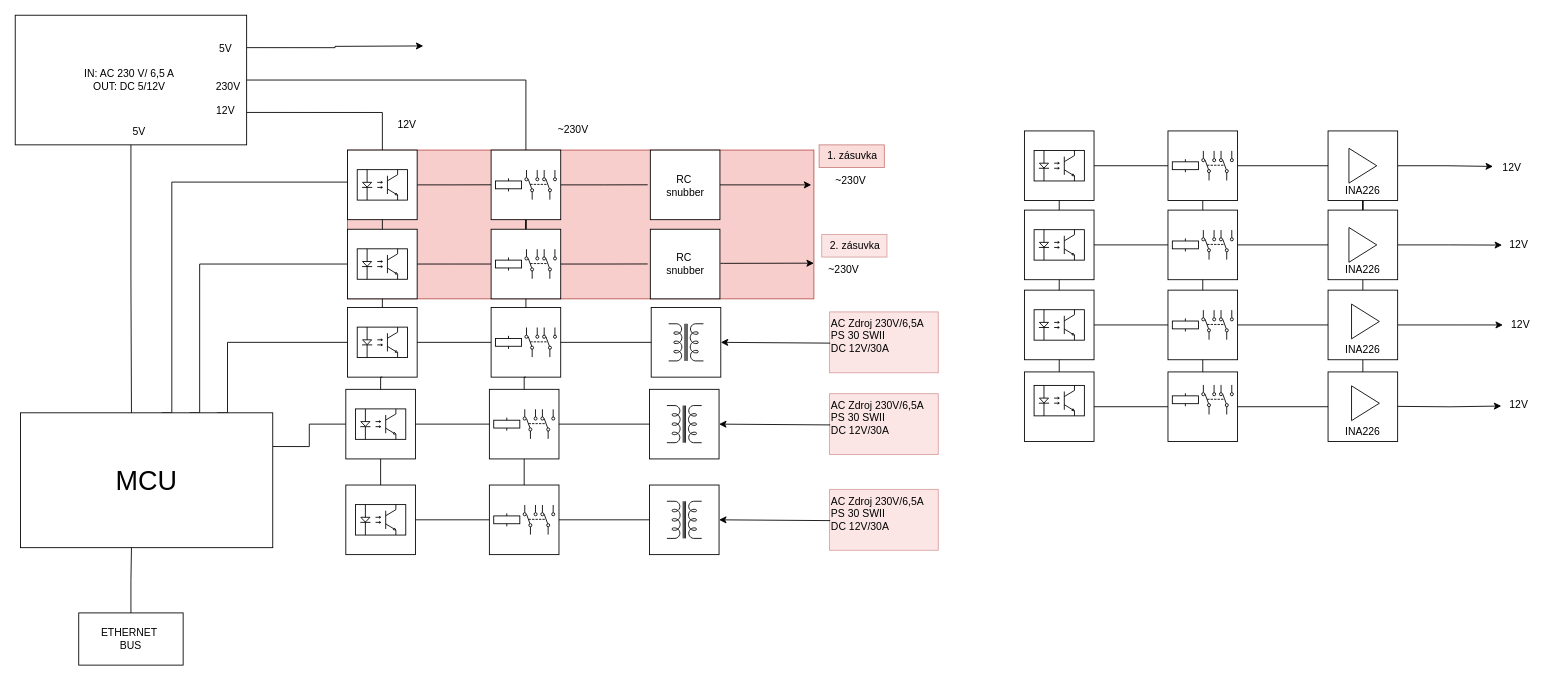
AdminTextilka/Bakalarka keeps this draw.io diagram as blokove_schema.drawio. Above is the earlier version. Source tidied: cells renumbered, new cells numbered last; positions are measured from the earlier drawing's top-left corner, leaving out a move shared by most shapes. Both pictures are drawn from the tidied source at 87%, with x=0, y=0 at pixel (15, 15).
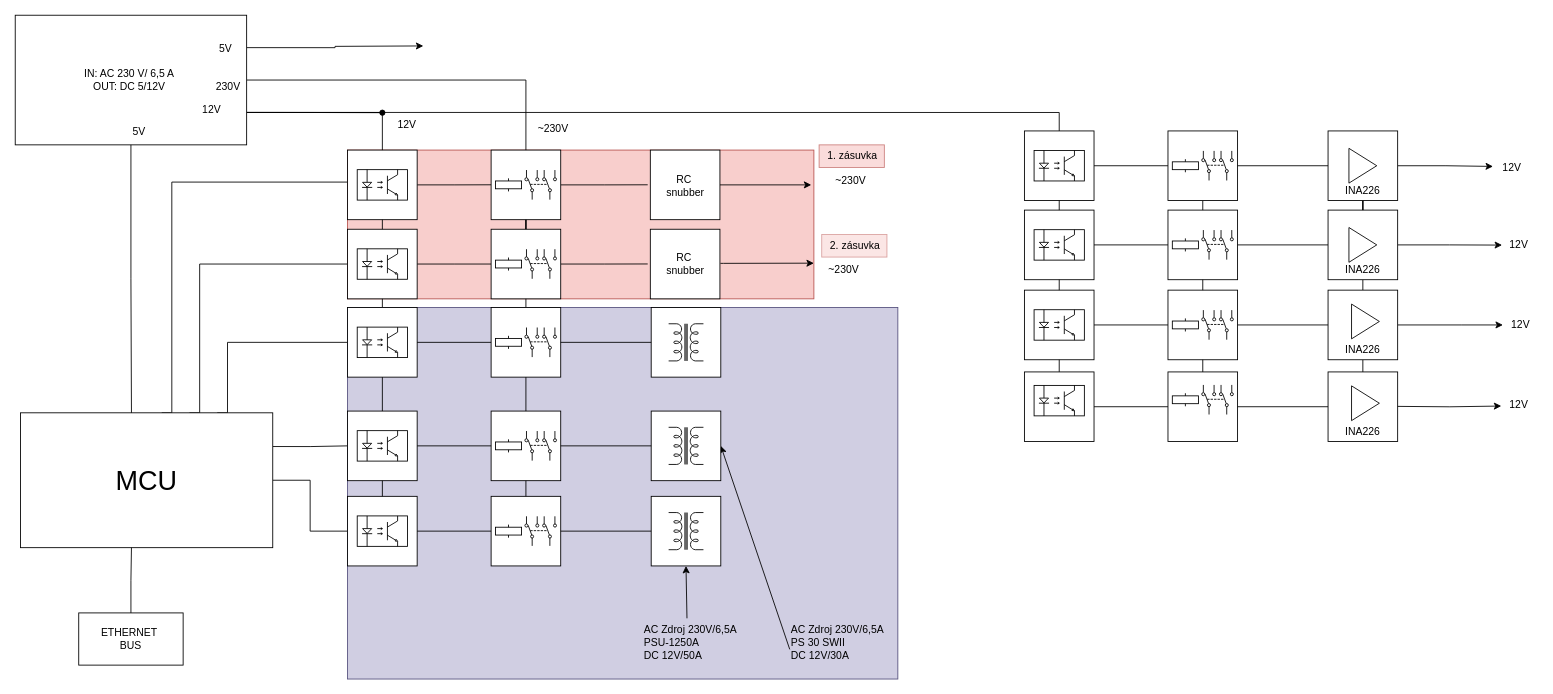
After the change.

The change refers to these unchanged cells:
```xml
<mxCell id="18" value="&lt;font style=&quot;font-size: 31px;&quot;&gt;MCU&lt;/font&gt;" style="rounded=0;whiteSpace=wrap;html=1;points=[[0,0,0,0,0],[0,0.25,0,0,0],[0,0.5,0,0,0],[0,0.75,0,0,0],[0,1,0,0,0],[0.11,0,0,0,0],[0.11,1,0,0,0],[0.22,0,0,0,0],[0.22,1,0,0,0],[0.33,0,0,0,0],[0.33,1,0,0,0],[0.44,0,0,0,0],[0.44,1,0,0,0],[0.56,0,0,0,0],[0.56,1,0,0,0],[0.67,0,0,0,0],[0.67,1,0,0,0],[0.78,0,0,0,0],[0.78,1,0,0,0],[0.89,0,0,0,0],[0.89,1,0,0,0],[1,0,0,0,0],[1,0.25,0,0,0],[1,0.5,0,0,0],[1,0.75,0,0,0],[1,1,0,0,0]];" parent="1" vertex="1">
  <mxGeometry x="6" y="457" width="290" height="155" as="geometry" />
</mxCell>
<mxCell id="34" style="whiteSpace=wrap;html=1;" parent="33" vertex="1">
  <mxGeometry width="80" height="80" as="geometry" />
</mxCell>
<mxCell id="123" value="IN: AC 230 V/ 6,5 A&amp;nbsp;&lt;br&gt;OUT: DC 5/12V&amp;nbsp;" style="rounded=0;whiteSpace=wrap;html=1;" parent="1" vertex="1">
  <mxGeometry width="266" height="149" as="geometry" />
</mxCell>
<mxCell id="132" style="whiteSpace=wrap;html=1;" parent="131" vertex="1">
  <mxGeometry width="80" height="80" as="geometry" />
</mxCell>
<mxCell id="135" style="whiteSpace=wrap;html=1;" parent="134" vertex="1">
  <mxGeometry width="80" height="80" as="geometry" />
</mxCell>
<mxCell id="138" style="whiteSpace=wrap;html=1;" parent="137" vertex="1">
  <mxGeometry width="80" height="80" as="geometry" />
</mxCell>
<mxCell id="148" style="whiteSpace=wrap;html=1;" parent="147" vertex="1">
  <mxGeometry width="80" height="80" as="geometry" />
</mxCell>
<mxCell id="151" style="whiteSpace=wrap;html=1;" parent="150" vertex="1">
  <mxGeometry width="80" height="80" as="geometry" />
</mxCell>
<mxCell id="154" style="whiteSpace=wrap;html=1;" parent="153" vertex="1">
  <mxGeometry width="80" height="80" as="geometry" />
</mxCell>
```

Change to the diagram source:
```diff
@@
     <mxCell id="2" value="~230V" style="text;html=1;align=center;verticalAlign=middle;strokeColor=none;fillColor=none;" parent="1" vertex="1">
-      <mxGeometry x="613" y="117" width="55" height="30" as="geometry" />
+      <mxGeometry x="590" y="116" width="55" height="30" as="geometry" />
     </mxCell>
@@
-    <mxCell id="8" value="AC Zdroj 230V/6,5A&lt;br&gt;PS 30 SWII&lt;br&gt;DC 12V&lt;span style=&quot;background-color: initial;&quot;&gt;/30A&lt;/span&gt;&lt;div&gt;&lt;div&gt;&lt;br&gt;&lt;/div&gt;&lt;/div&gt;" style="text;html=1;align=left;verticalAlign=middle;points=[];strokeColor=#b85450;fillColor=#f8cecc;opacity=50;" parent="1" vertex="1">
-      <mxGeometry x="936" y="341" width="125" height="70" as="geometry" />
-    </mxCell>
-    <mxCell id="9" style="endArrow=classic;html=1;rounded=0;exitX=0.006;exitY=0.513;exitDx=0;exitDy=0;exitPerimeter=0;entryX=1;entryY=0.5;entryDx=0;entryDy=0;" parent="1" edge="1" source="8" target="22">
-      <mxGeometry relative="1" as="geometry" />
-    </mxCell>
@@
+    <mxCell id="161" style="edgeStyle=orthogonalEdgeStyle;rounded=0;jettySize=auto;html=1;exitX=1;exitY=0.5;exitDx=0;exitDy=0;exitPerimeter=0;entryX=0;entryY=0.5;entryDx=0;entryDy=0;endArrow=none;endFill=0;" parent="1" edge="1" source="18" target="151">
+      <mxGeometry relative="1" as="geometry" />
+    </mxCell>
@@
-    <mxCell id="21" style="group;" parent="1" vertex="1">
-      <mxGeometry x="731" y="336" width="80" height="80" as="geometry" />
-    </mxCell>
-    <mxCell id="22" style="whiteSpace=wrap;html=1;" parent="21" vertex="1">
-      <mxGeometry width="80" height="80" as="geometry" />
-    </mxCell>
-    <mxCell id="23" style="verticalLabelPosition=bottom;shadow=0;dashed=0;align=center;html=1;verticalAlign=top;shape=mxgraph.electrical.inductors.transformer_2;rotation=-90;" parent="21" vertex="1">
-      <mxGeometry x="18.7" y="20" width="42.7" height="40" as="geometry" />
-    </mxCell>
-    <mxCell id="24" style="group;" parent="1" vertex="1">
-      <mxGeometry x="382" y="336" width="80" height="80" as="geometry" />
-    </mxCell>
-    <mxCell id="25" style="whiteSpace=wrap;html=1;" parent="24" vertex="1">
-      <mxGeometry width="80" height="80" as="geometry" />
-    </mxCell>
-    <mxCell id="26" style="verticalLabelPosition=bottom;shadow=0;dashed=0;align=center;html=1;verticalAlign=top;shape=mxgraph.electrical.opto_electronics.opto-coupler;" parent="24" vertex="1">
-      <mxGeometry x="11.1" y="22.5" width="57.8" height="35" as="geometry" />
-    </mxCell>
-    <mxCell id="27" style="group;" parent="1" vertex="1">
-      <mxGeometry x="547" y="336" width="80" height="80" as="geometry" />
-    </mxCell>
-    <mxCell id="28" style="whiteSpace=wrap;html=1;" parent="27" vertex="1">
-      <mxGeometry width="80" height="80" as="geometry" />
-    </mxCell>
-    <mxCell id="29" style="verticalLabelPosition=bottom;shadow=0;dashed=0;align=center;html=1;verticalAlign=top;shape=mxgraph.electrical.electro-mechanical.dpdt3;elSwitchState=1;rotation=-90;" parent="27" vertex="1">
-      <mxGeometry x="40" y="21.8" width="34" height="36.3" as="geometry" />
-    </mxCell>
-    <mxCell id="30" style="verticalLabelPosition=bottom;shadow=0;dashed=0;align=center;html=1;verticalAlign=top;shape=mxgraph.electrical.electro-mechanical.relay_coil;" parent="27" vertex="1">
-      <mxGeometry x="5" y="32.5" width="30" height="15" as="geometry" />
-    </mxCell>
-    <mxCell id="31" style="edgeStyle=orthogonalEdgeStyle;rounded=0;jettySize=auto;html=1;entryX=0;entryY=0.5;entryDx=0;entryDy=0;endArrow=none;endFill=0;" parent="1" edge="1" source="25" target="28">
-      <mxGeometry relative="1" as="geometry" />
-    </mxCell>
-    <mxCell id="32" style="edgeStyle=orthogonalEdgeStyle;rounded=0;jettySize=auto;html=1;entryX=0;entryY=0.5;entryDx=0;entryDy=0;endArrow=none;endFill=0;" parent="1" edge="1" source="28" target="22">
-      <mxGeometry relative="1" as="geometry" />
-    </mxCell>
@@
+    <mxCell id="162" style="edgeStyle=orthogonalEdgeStyle;rounded=0;jettySize=auto;html=1;exitX=1;exitY=0.75;exitDx=0;exitDy=0;entryX=0.5;entryY=0;entryDx=0;entryDy=0;endArrow=none;endFill=0;" parent="1" edge="1" source="123" target="34">
+      <mxGeometry relative="1" as="geometry" />
+    </mxCell>
+    <mxCell id="163" style="edgeStyle=orthogonalEdgeStyle;rounded=0;jettySize=auto;html=1;exitX=1;exitY=0.75;exitDx=0;exitDy=0;endArrow=oval;endFill=1;" parent="1" edge="1" source="123">
+      <mxGeometry relative="1" as="geometry">
+        <mxPoint x="422" y="112" as="targetPoint" />
+      </mxGeometry>
+    </mxCell>
@@
     <mxCell id="124" value="12V" style="text;html=1;align=center;verticalAlign=middle;whiteSpace=wrap;rounded=0;" parent="1" vertex="1">
-      <mxGeometry x="212" y="95" width="60" height="30" as="geometry" />
+      <mxGeometry x="196" y="94" width="60" height="30" as="geometry" />
     </mxCell>
@@
+    <mxCell id="164" style="group;fillColor=#d0cee2;strokeColor=#56517e;" parent="1" vertex="1">
+      <mxGeometry x="382" y="336" width="632.5" height="427" as="geometry" />
+    </mxCell>
+    <mxCell id="21" style="group;" parent="164" vertex="1">
+      <mxGeometry x="349" width="80" height="80" as="geometry" />
+    </mxCell>
+    <mxCell id="22" style="whiteSpace=wrap;html=1;" parent="21" vertex="1">
+      <mxGeometry width="80" height="80" as="geometry" />
+    </mxCell>
+    <mxCell id="23" style="verticalLabelPosition=bottom;shadow=0;dashed=0;align=center;html=1;verticalAlign=top;shape=mxgraph.electrical.inductors.transformer_2;rotation=-90;" parent="21" vertex="1">
+      <mxGeometry x="18.7" y="20" width="42.7" height="40" as="geometry" />
+    </mxCell>
+    <mxCell id="24" style="group;" parent="164" vertex="1">
+      <mxGeometry width="80" height="80" as="geometry" />
+    </mxCell>
+    <mxCell id="25" style="whiteSpace=wrap;html=1;" parent="24" vertex="1">
+      <mxGeometry width="80" height="80" as="geometry" />
+    </mxCell>
+    <mxCell id="26" style="verticalLabelPosition=bottom;shadow=0;dashed=0;align=center;html=1;verticalAlign=top;shape=mxgraph.electrical.opto_electronics.opto-coupler;" parent="24" vertex="1">
+      <mxGeometry x="11.1" y="22.5" width="57.8" height="35" as="geometry" />
+    </mxCell>
+    <mxCell id="27" style="group;" parent="164" vertex="1">
+      <mxGeometry x="165" width="80" height="80" as="geometry" />
+    </mxCell>
+    <mxCell id="28" style="whiteSpace=wrap;html=1;" parent="27" vertex="1">
+      <mxGeometry width="80" height="80" as="geometry" />
+    </mxCell>
+    <mxCell id="29" style="verticalLabelPosition=bottom;shadow=0;dashed=0;align=center;html=1;verticalAlign=top;shape=mxgraph.electrical.electro-mechanical.dpdt3;elSwitchState=1;rotation=-90;" parent="27" vertex="1">
+      <mxGeometry x="40" y="21.8" width="34" height="36.3" as="geometry" />
+    </mxCell>
+    <mxCell id="30" style="verticalLabelPosition=bottom;shadow=0;dashed=0;align=center;html=1;verticalAlign=top;shape=mxgraph.electrical.electro-mechanical.relay_coil;" parent="27" vertex="1">
+      <mxGeometry x="5" y="32.5" width="30" height="15" as="geometry" />
+    </mxCell>
+    <mxCell id="31" style="edgeStyle=orthogonalEdgeStyle;rounded=0;jettySize=auto;html=1;entryX=0;entryY=0.5;entryDx=0;entryDy=0;endArrow=none;endFill=0;" parent="164" edge="1" source="25" target="28">
+      <mxGeometry relative="1" as="geometry" />
+    </mxCell>
+    <mxCell id="32" style="edgeStyle=orthogonalEdgeStyle;rounded=0;jettySize=auto;html=1;entryX=0;entryY=0.5;entryDx=0;entryDy=0;endArrow=none;endFill=0;" parent="164" edge="1" source="28" target="22">
+      <mxGeometry relative="1" as="geometry" />
+    </mxCell>
-    <mxCell id="129" value="AC Zdroj 230V/6,5A&lt;br&gt;PS 30 SWII&lt;br&gt;DC 12V&lt;span style=&quot;background-color: initial;&quot;&gt;/30A&lt;/span&gt;&lt;div&gt;&lt;div&gt;&lt;br&gt;&lt;/div&gt;&lt;/div&gt;" style="text;html=1;align=left;verticalAlign=middle;points=[];strokeColor=#b85450;fillColor=#f8cecc;opacity=50;" parent="1" vertex="1">
-      <mxGeometry x="936" y="435" width="125" height="70" as="geometry" />
+    <mxCell id="129" value="AC Zdroj 230V/6,5A&lt;br&gt;PS 30 SWII&lt;br&gt;DC 12V&lt;span style=&quot;background-color: initial;&quot;&gt;/30A&lt;/span&gt;&lt;div&gt;&lt;div&gt;&lt;br&gt;&lt;/div&gt;&lt;/div&gt;" style="text;html=1;align=left;verticalAlign=middle;points=[];opacity=50;" parent="164" vertex="1">
+      <mxGeometry x="507.5" y="357" width="125" height="70" as="geometry" />
     </mxCell>
-    <mxCell id="130" style="endArrow=classic;html=1;rounded=0;exitX=0.006;exitY=0.513;exitDx=0;exitDy=0;exitPerimeter=0;entryX=1;entryY=0.5;entryDx=0;entryDy=0;" parent="1" edge="1" source="129" target="132">
+    <mxCell id="130" style="endArrow=classic;html=1;rounded=0;exitX=0.006;exitY=0.513;exitDx=0;exitDy=0;exitPerimeter=0;entryX=1;entryY=0.5;entryDx=0;entryDy=0;" parent="164" edge="1" source="129" target="132">
       <mxGeometry relative="1" as="geometry" />
     </mxCell>
-    <mxCell id="131" style="group;" parent="1" vertex="1">
-      <mxGeometry x="729" y="430" width="80" height="80" as="geometry" />
+    <mxCell id="131" style="group;" parent="164" vertex="1">
+      <mxGeometry x="349" y="119" width="80" height="80" as="geometry" />
     </mxCell>
@@
-    <mxCell id="134" style="group;" parent="1" vertex="1">
-      <mxGeometry x="380" y="430" width="80" height="80" as="geometry" />
+    <mxCell id="134" style="group;" parent="164" vertex="1">
+      <mxGeometry y="119" width="80" height="80" as="geometry" />
     </mxCell>
@@
-    <mxCell id="137" style="group;" parent="1" vertex="1">
-      <mxGeometry x="545" y="430" width="80" height="80" as="geometry" />
+    <mxCell id="137" style="group;" parent="164" vertex="1">
+      <mxGeometry x="165" y="119" width="80" height="80" as="geometry" />
     </mxCell>
@@
-    <mxCell id="141" style="edgeStyle=orthogonalEdgeStyle;rounded=0;jettySize=auto;html=1;entryX=0;entryY=0.5;entryDx=0;entryDy=0;endArrow=none;endFill=0;" parent="1" edge="1" source="135" target="138">
+    <mxCell id="141" style="edgeStyle=orthogonalEdgeStyle;rounded=0;jettySize=auto;html=1;entryX=0;entryY=0.5;entryDx=0;entryDy=0;endArrow=none;endFill=0;" parent="164" edge="1" source="135" target="138">
       <mxGeometry relative="1" as="geometry" />
     </mxCell>
-    <mxCell id="142" style="edgeStyle=orthogonalEdgeStyle;rounded=0;jettySize=auto;html=1;entryX=0;entryY=0.5;entryDx=0;entryDy=0;endArrow=none;endFill=0;" parent="1" edge="1" source="138" target="132">
+    <mxCell id="142" style="edgeStyle=orthogonalEdgeStyle;rounded=0;jettySize=auto;html=1;entryX=0;entryY=0.5;entryDx=0;entryDy=0;endArrow=none;endFill=0;" parent="164" edge="1" source="138" target="132">
       <mxGeometry relative="1" as="geometry" />
     </mxCell>
-    <mxCell id="143" style="edgeStyle=orthogonalEdgeStyle;rounded=0;jettySize=auto;html=1;exitX=0.5;exitY=1;exitDx=0;exitDy=0;entryX=0.5;entryY=0;entryDx=0;entryDy=0;endArrow=none;endFill=0;" parent="1" edge="1" source="25" target="135">
+    <mxCell id="143" style="edgeStyle=orthogonalEdgeStyle;rounded=0;jettySize=auto;html=1;exitX=0.5;exitY=1;exitDx=0;exitDy=0;entryX=0.5;entryY=0;entryDx=0;entryDy=0;endArrow=none;endFill=0;" parent="164" edge="1" source="25" target="135">
       <mxGeometry relative="1" as="geometry" />
     </mxCell>
-    <mxCell id="144" style="edgeStyle=orthogonalEdgeStyle;rounded=0;jettySize=auto;html=1;exitX=0.5;exitY=1;exitDx=0;exitDy=0;entryX=0.5;entryY=0;entryDx=0;entryDy=0;endArrow=none;endFill=0;" parent="1" edge="1" source="28" target="138">
+    <mxCell id="144" style="edgeStyle=orthogonalEdgeStyle;rounded=0;jettySize=auto;html=1;exitX=0.5;exitY=1;exitDx=0;exitDy=0;entryX=0.5;entryY=0;entryDx=0;entryDy=0;endArrow=none;endFill=0;" parent="164" edge="1" source="28" target="138">
       <mxGeometry relative="1" as="geometry" />
     </mxCell>
-    <mxCell id="145" value="AC Zdroj 230V/6,5A&lt;br&gt;PS 30 SWII&lt;br&gt;DC 12V&lt;span style=&quot;background-color: initial;&quot;&gt;/30A&lt;/span&gt;&lt;div&gt;&lt;div&gt;&lt;br&gt;&lt;/div&gt;&lt;/div&gt;" style="text;html=1;align=left;verticalAlign=middle;points=[];strokeColor=#b85450;fillColor=#f8cecc;opacity=50;" parent="1" vertex="1">
-      <mxGeometry x="936" y="545" width="125" height="70" as="geometry" />
+    <mxCell id="145" value="AC Zdroj 230V/6,5A&lt;br&gt;PSU-1250A&lt;br&gt;DC 12V&lt;span style=&quot;background-color: initial;&quot;&gt;/50A&lt;/span&gt;&lt;div&gt;&lt;div&gt;&lt;div&gt;&lt;br&gt;&lt;/div&gt;&lt;/div&gt;&lt;/div&gt;" style="text;html=1;align=left;verticalAlign=middle;points=[];opacity=50;" parent="164" vertex="1">
+      <mxGeometry x="339" y="357" width="125" height="70" as="geometry" />
     </mxCell>
-    <mxCell id="146" style="endArrow=classic;html=1;rounded=0;exitX=0.006;exitY=0.513;exitDx=0;exitDy=0;exitPerimeter=0;entryX=1;entryY=0.5;entryDx=0;entryDy=0;" parent="1" edge="1" source="145" target="148">
+    <mxCell id="146" style="endArrow=classic;html=1;rounded=0;exitX=0.409;exitY=0.003;exitDx=0;exitDy=0;exitPerimeter=0;entryX=0.5;entryY=1;entryDx=0;entryDy=0;" parent="164" edge="1" source="145" target="148">
       <mxGeometry relative="1" as="geometry" />
     </mxCell>
-    <mxCell id="147" style="group;" parent="1" vertex="1">
-      <mxGeometry x="729" y="540" width="80" height="80" as="geometry" />
+    <mxCell id="147" style="group;" parent="164" vertex="1">
+      <mxGeometry x="349" y="217" width="80" height="80" as="geometry" />
     </mxCell>
@@
-    <mxCell id="150" style="group;" parent="1" vertex="1">
-      <mxGeometry x="380" y="540" width="80" height="80" as="geometry" />
+    <mxCell id="150" style="group;" parent="164" vertex="1">
+      <mxGeometry y="217" width="80" height="80" as="geometry" />
     </mxCell>
@@
-    <mxCell id="153" style="group;" parent="1" vertex="1">
-      <mxGeometry x="545" y="540" width="80" height="80" as="geometry" />
+    <mxCell id="153" style="group;" parent="164" vertex="1">
+      <mxGeometry x="165" y="217" width="80" height="80" as="geometry" />
     </mxCell>
@@
-    <mxCell id="157" style="edgeStyle=orthogonalEdgeStyle;rounded=0;jettySize=auto;html=1;entryX=0;entryY=0.5;entryDx=0;entryDy=0;endArrow=none;endFill=0;" parent="1" edge="1" source="151" target="154">
+    <mxCell id="157" style="edgeStyle=orthogonalEdgeStyle;rounded=0;jettySize=auto;html=1;entryX=0;entryY=0.5;entryDx=0;entryDy=0;endArrow=none;endFill=0;" parent="164" edge="1" source="151" target="154">
       <mxGeometry relative="1" as="geometry" />
     </mxCell>
-    <mxCell id="158" style="edgeStyle=orthogonalEdgeStyle;rounded=0;jettySize=auto;html=1;entryX=0;entryY=0.5;entryDx=0;entryDy=0;endArrow=none;endFill=0;" parent="1" edge="1" source="154" target="148">
+    <mxCell id="158" style="edgeStyle=orthogonalEdgeStyle;rounded=0;jettySize=auto;html=1;entryX=0;entryY=0.5;entryDx=0;entryDy=0;endArrow=none;endFill=0;" parent="164" edge="1" source="154" target="148">
       <mxGeometry relative="1" as="geometry" />
     </mxCell>
-    <mxCell id="159" style="edgeStyle=orthogonalEdgeStyle;rounded=0;jettySize=auto;html=1;exitX=0.5;exitY=1;exitDx=0;exitDy=0;entryX=0.5;entryY=0;entryDx=0;entryDy=0;endArrow=none;endFill=0;" parent="1" edge="1" source="135" target="151">
+    <mxCell id="159" style="edgeStyle=orthogonalEdgeStyle;rounded=0;jettySize=auto;html=1;exitX=0.5;exitY=1;exitDx=0;exitDy=0;entryX=0.5;entryY=0;entryDx=0;entryDy=0;endArrow=none;endFill=0;" parent="164" edge="1" source="135" target="151">
       <mxGeometry relative="1" as="geometry" />
     </mxCell>
-    <mxCell id="160" style="edgeStyle=orthogonalEdgeStyle;rounded=0;jettySize=auto;html=1;exitX=0.5;exitY=1;exitDx=0;exitDy=0;entryX=0.5;entryY=0;entryDx=0;entryDy=0;endArrow=none;endFill=0;" parent="1" edge="1" source="138" target="154">
+    <mxCell id="160" style="edgeStyle=orthogonalEdgeStyle;rounded=0;jettySize=auto;html=1;exitX=0.5;exitY=1;exitDx=0;exitDy=0;entryX=0.5;entryY=0;entryDx=0;entryDy=0;endArrow=none;endFill=0;" parent="164" edge="1" source="138" target="154">
       <mxGeometry relative="1" as="geometry" />
     </mxCell>
```
